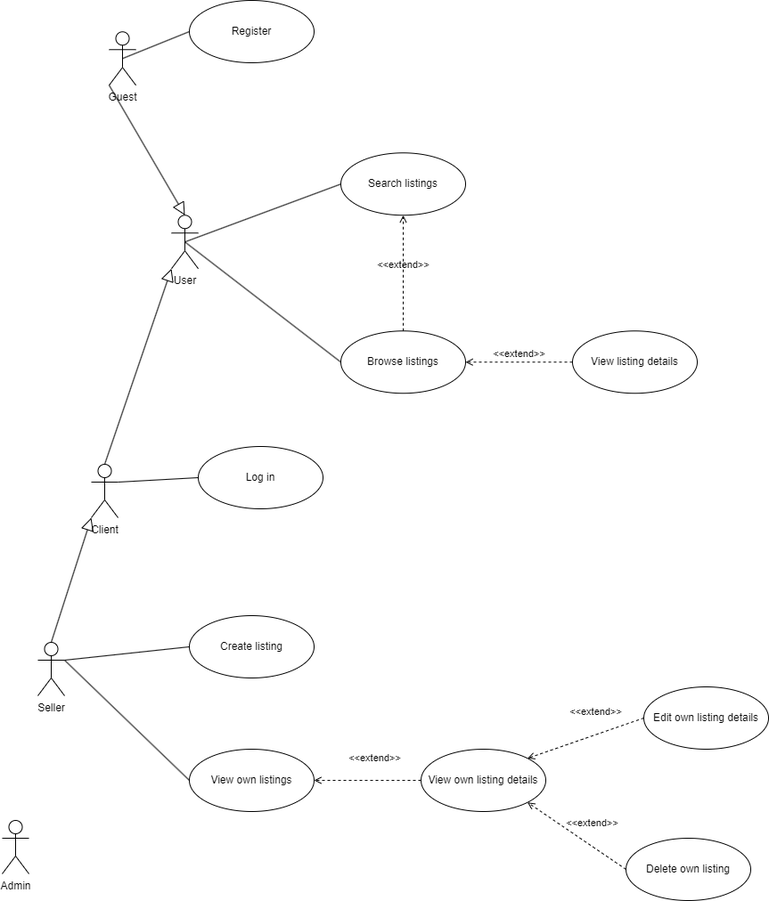
This is docs/diagrams/use-cases.drawio.png from taurasbear/automotive-marketplace, a draw.io export, as it was before one commit. Source tidied: cells renumbered, new cells last; positions are measured from the earlier drawing's top-left corner, leaving out a move shared by most shapes.
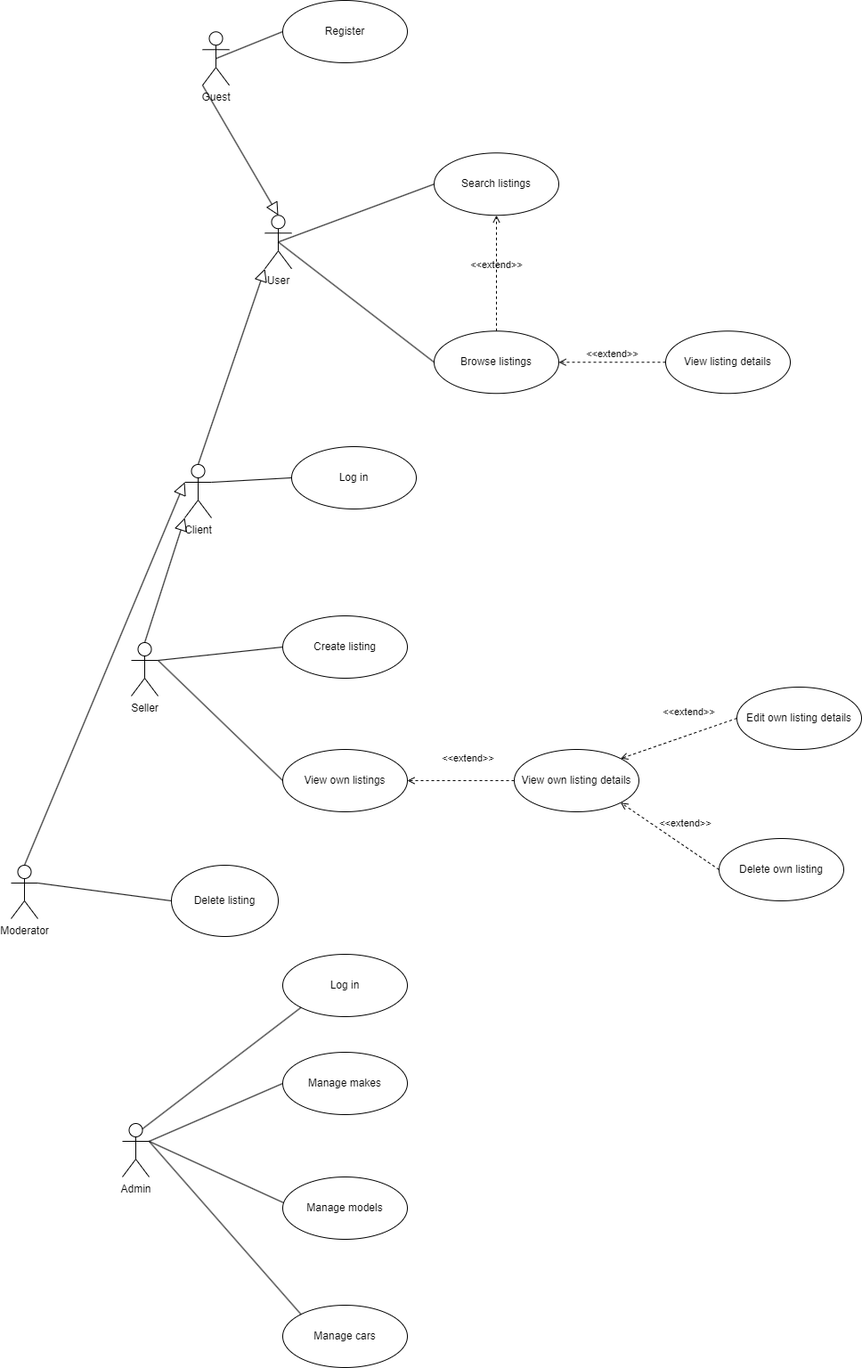
After the change.

Commit message:
Updated use-case diagram.

Diff of the diagram source:
```diff
@@ -78,7 +78,7 @@
       <mxGeometry relative="1" as="geometry" />
     </mxCell>
     <mxCell id="27" value="Admin" style="shape=umlActor;verticalLabelPosition=bottom;verticalAlign=top;html=1;" parent="1" vertex="1">
-      <mxGeometry y="921" width="30" height="60" as="geometry" />
+      <mxGeometry x="30" y="1261" width="30" height="60" as="geometry" />
     </mxCell>
     <mxCell id="28" value="Client" style="shape=umlActor;verticalLabelPosition=bottom;verticalAlign=top;html=1;" parent="1" vertex="1">
       <mxGeometry x="100" y="521" width="30" height="60" as="geometry" />
@@ -89,5 +89,41 @@
     <mxCell id="30" style="edgeStyle=none;html=1;endSize=12;endArrow=block;endFill=0;rounded=0;exitX=0;exitY=1;exitDx=0;exitDy=0;exitPerimeter=0;entryX=0.5;entryY=0;entryDx=0;entryDy=0;entryPerimeter=0;" parent="1" edge="1" source="2" target="5">
       <mxGeometry relative="1" as="geometry" />
     </mxCell>
+    <mxCell id="31" value="Manage makes" style="ellipse;whiteSpace=wrap;html=1;" parent="1" vertex="1">
+      <mxGeometry x="210" y="1181" width="140" height="70" as="geometry" />
+    </mxCell>
+    <mxCell id="32" value="Manage models" style="ellipse;whiteSpace=wrap;html=1;" parent="1" vertex="1">
+      <mxGeometry x="210" y="1321" width="140" height="70" as="geometry" />
+    </mxCell>
+    <mxCell id="33" value="Manage cars" style="ellipse;whiteSpace=wrap;html=1;" parent="1" vertex="1">
+      <mxGeometry x="210" y="1465" width="140" height="70" as="geometry" />
+    </mxCell>
+    <mxCell id="34" style="endArrow=none;html=1;rounded=0;exitX=1;exitY=0.3333333333333333;exitDx=0;exitDy=0;exitPerimeter=0;entryX=0;entryY=0.5;entryDx=0;entryDy=0;" parent="1" edge="1" source="27" target="31">
+      <mxGeometry relative="1" as="geometry" />
+    </mxCell>
+    <mxCell id="35" style="endArrow=none;html=1;rounded=0;exitX=1;exitY=0.3333333333333333;exitDx=0;exitDy=0;exitPerimeter=0;entryX=0.007;entryY=0.414;entryDx=0;entryDy=0;entryPerimeter=0;" parent="1" edge="1" source="27" target="32">
+      <mxGeometry relative="1" as="geometry" />
+    </mxCell>
+    <mxCell id="36" style="endArrow=none;html=1;rounded=0;exitX=1;exitY=0.3333333333333333;exitDx=0;exitDy=0;exitPerimeter=0;entryX=0;entryY=0;entryDx=0;entryDy=0;" parent="1" edge="1" source="27" target="33">
+      <mxGeometry relative="1" as="geometry" />
+    </mxCell>
+    <mxCell id="37" value="Moderator" style="shape=umlActor;verticalLabelPosition=bottom;verticalAlign=top;html=1;" parent="1" vertex="1">
+      <mxGeometry x="-95" y="971" width="30" height="60" as="geometry" />
+    </mxCell>
+    <mxCell id="38" value="Delete listing" style="ellipse;whiteSpace=wrap;html=1;" parent="1" vertex="1">
+      <mxGeometry x="85" y="971" width="120" height="80" as="geometry" />
+    </mxCell>
+    <mxCell id="39" style="endArrow=none;html=1;rounded=0;exitX=1;exitY=0.3333333333333333;exitDx=0;exitDy=0;exitPerimeter=0;entryX=0;entryY=0.5;entryDx=0;entryDy=0;" parent="1" edge="1" source="37" target="38">
+      <mxGeometry relative="1" as="geometry" />
+    </mxCell>
+    <mxCell id="40" style="edgeStyle=none;html=1;endSize=12;endArrow=block;endFill=0;rounded=0;exitX=0.5;exitY=0;exitDx=0;exitDy=0;exitPerimeter=0;entryX=0;entryY=0.3333333333333333;entryDx=0;entryDy=0;entryPerimeter=0;" parent="1" edge="1" source="37" target="28">
+      <mxGeometry relative="1" as="geometry" />
+    </mxCell>
+    <mxCell id="41" value="Log i&lt;span style=&quot;background-color: transparent; color: light-dark(rgb(0, 0, 0), rgb(255, 255, 255));&quot;&gt;n&lt;/span&gt;" style="ellipse;whiteSpace=wrap;html=1;" parent="1" vertex="1">
+      <mxGeometry x="210" y="1071" width="140" height="70" as="geometry" />
+    </mxCell>
+    <mxCell id="42" style="endArrow=none;html=1;rounded=0;exitX=0.75;exitY=0.1;exitDx=0;exitDy=0;exitPerimeter=0;entryX=0;entryY=1;entryDx=0;entryDy=0;" parent="1" edge="1" source="27" target="41">
+      <mxGeometry relative="1" as="geometry" />
+    </mxCell>
   </root>
 </mxGraphModel>
```
